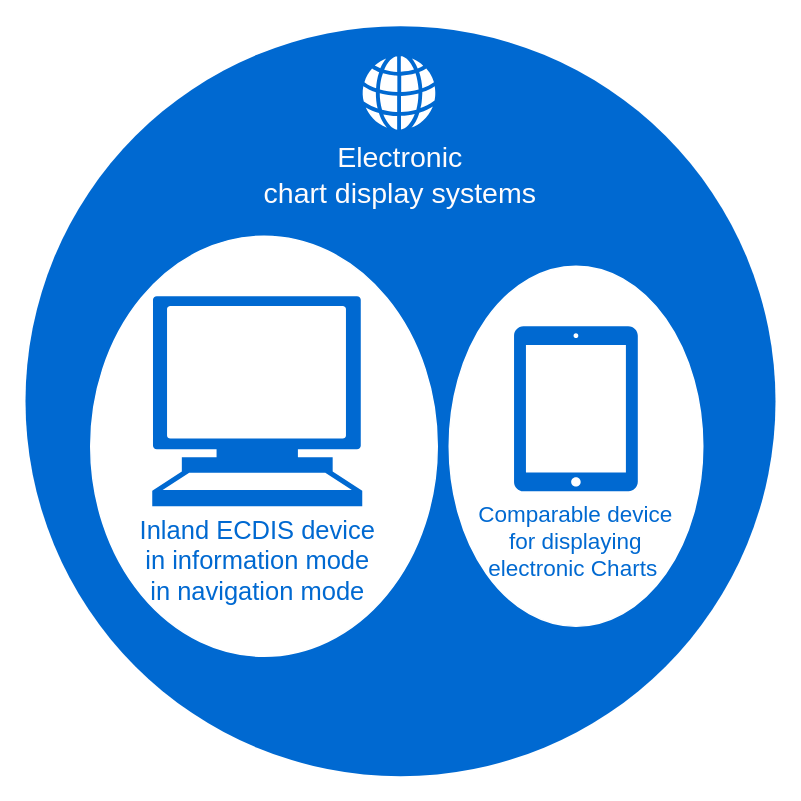
This is docs/ECDIS device.drawio from cesniti/ris_public_files, a draw.io file, before an edit. Source tidied: cells renumbered, new cells numbered last; positions are measured from the earlier drawing's top-left corner, leaving out a move shared by most shapes. Both pictures are drawn from the tidied source at 150%, with x=0, y=0 at pixel (26, 26).
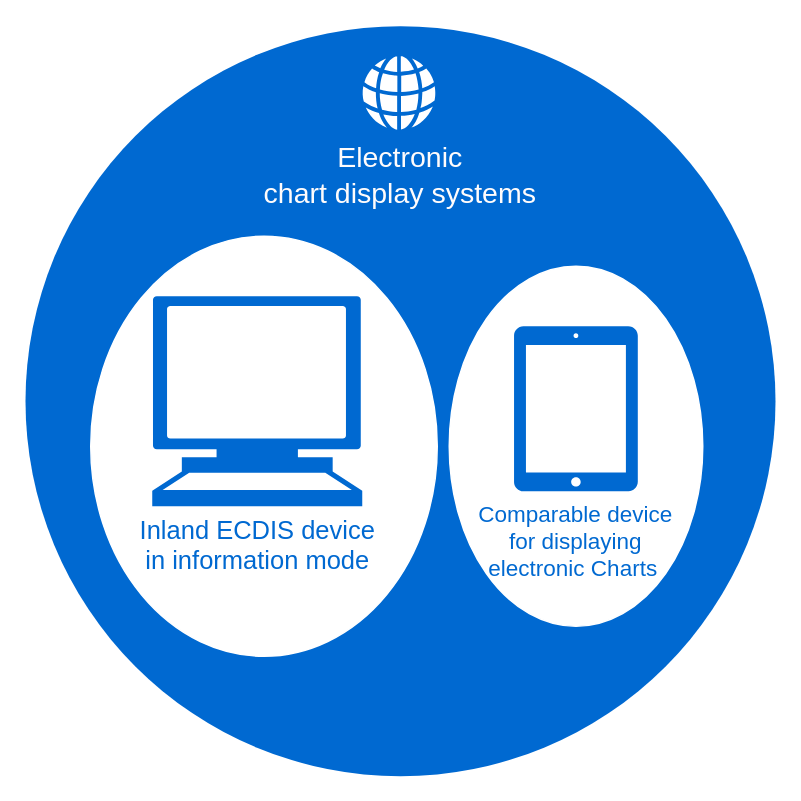
The same diagram, later.

What changed in the source:
```diff
@@
 <mxGraphModel background="#ffffff">
   <root>
     <mxCell id="0" />
     <mxCell id="1" parent="0" />
     <mxCell id="2" style="ellipse;whiteSpace=wrap;html=1;rounded=0;shadow=0;comic=0;strokeWidth=1;fontFamily=Verdana;fontSize=14;strokeColor=none;fillColor=#0069D1;" parent="1" vertex="1">
       <mxGeometry x="-0.5" width="500" height="500" as="geometry" />
     </mxCell>
     <mxCell id="3" style="ellipse;whiteSpace=wrap;html=1;fontColor=#FFFFFF;strokeColor=#FFFFFF;fillColor=#FFFFFF;gradientColor=#ffffff;" parent="1" vertex="1">
       <mxGeometry x="43" y="140" width="231" height="280" as="geometry" />
     </mxCell>
     <mxCell id="4" value="&lt;span style=&quot;font-family: arial, sans-serif; font-size: 19px;&quot;&gt;&lt;font color=&quot;#fffcfc&quot; style=&quot;font-size: 19px;&quot;&gt;Electronic&lt;br style=&quot;font-size: 19px;&quot;&gt;chart display systems&lt;/font&gt;&lt;/span&gt;" style="shadow=0;dashed=0;html=1;strokeColor=none;fillColor=#ffffff;labelPosition=center;verticalLabelPosition=bottom;verticalAlign=top;shape=mxgraph.office.concepts.globe_internet;rounded=0;comic=0;fontFamily=Verdana;fontSize=19;fontColor=#FFFFFF;" parent="1" vertex="1">
       <mxGeometry x="224" y="20" width="49" height="49" as="geometry" />
     </mxCell>
     <mxCell id="5" style="ellipse;whiteSpace=wrap;html=1;gradientColor=#ffffff;fontColor=#FFFFFF;strokeColor=#FFFFFF;" parent="1" vertex="1">
       <mxGeometry x="282" y="160" width="169" height="240" as="geometry" />
     </mxCell>
-    <mxCell id="6" value="&lt;font style=&quot;font-size: 17px&quot;&gt;Inland ECDIS device &lt;br&gt;in information mode&lt;br&gt;in navigation mode&lt;/font&gt;" style="shape=mxgraph.signs.tech.computer;html=1;strokeColor=none;verticalLabelPosition=bottom;verticalAlign=top;align=center;fillColor=#0069D1;fontColor=#0069D1;" parent="1" vertex="1">
+    <mxCell id="6" value="&lt;font style=&quot;font-size: 17px&quot;&gt;Inland ECDIS device &lt;br&gt;in information mode&lt;br&gt;&lt;/font&gt;" style="shape=mxgraph.signs.tech.computer;html=1;strokeColor=none;verticalLabelPosition=bottom;verticalAlign=top;align=center;fillColor=#0069D1;fontColor=#0069D1;" parent="1" vertex="1">
       <mxGeometry x="84" y="180" width="140" height="140" as="geometry" />
     </mxCell>
     <mxCell id="7" value="&lt;font style=&quot;font-size: 15px&quot;&gt;Comparable device &lt;br&gt;for displaying &lt;br&gt;electronic Charts&lt;/font&gt;&amp;nbsp;" style="shadow=0;dashed=0;html=1;strokeColor=none;labelPosition=center;verticalLabelPosition=bottom;verticalAlign=top;align=center;shape=mxgraph.office.devices.tablet_ipad;fillColor=#0069D1;fontColor=#0069D1;" parent="1" vertex="1">
       <mxGeometry x="325.2" y="200" width="82.5" height="110" as="geometry" />
     </mxCell>
   </root>
 </mxGraphModel>
```
